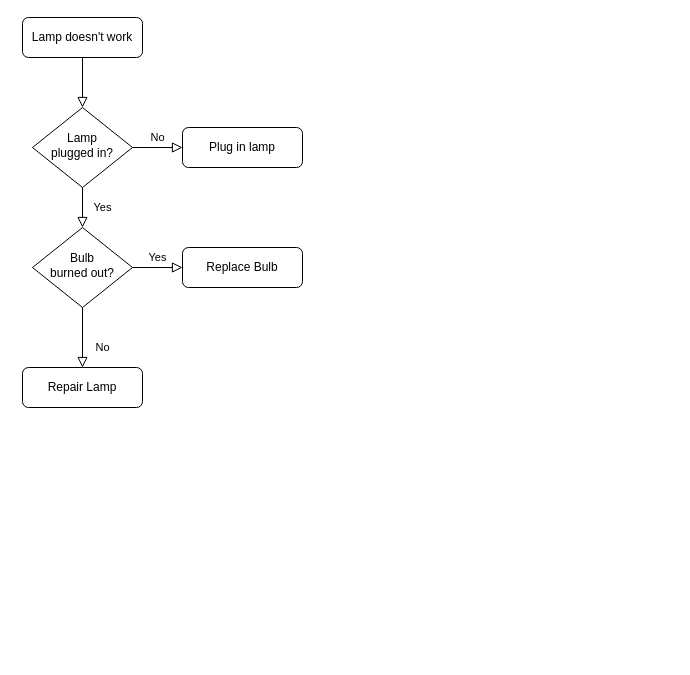
The draw.io diagram 游戏服启服流程图.drawio in JeremyLinF/MyCode, before the edit. Source tidied: cells renumbered, new cells numbered last; positions are measured from the earlier drawing's top-left corner, leaving out a move shared by most shapes. Both pictures are drawn from the tidied source at 100%, with x=0, y=0 at pixel (22, 17).
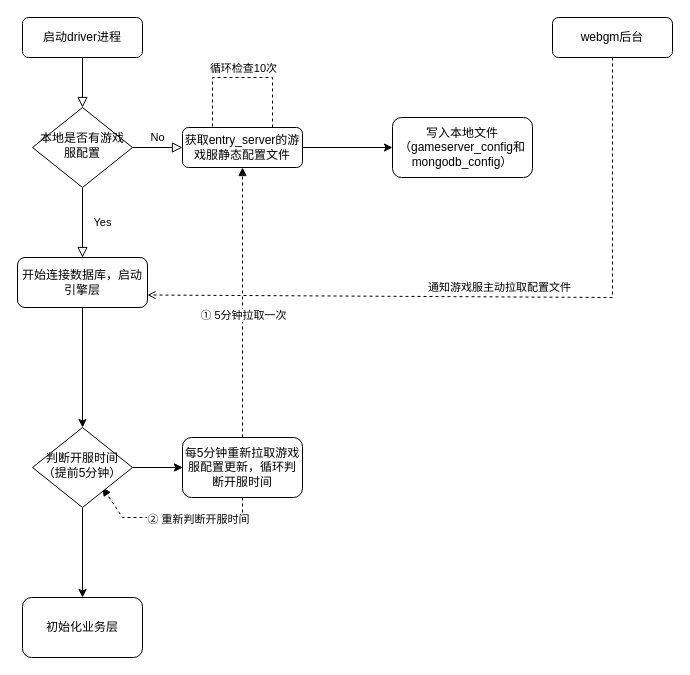
After the change.

Commit message:
更新游戏服启服流程图.drawio

Diff of the diagram source:
```diff
@@
-    <mxCell id="3" value="Lamp doesn't work" style="rounded=1;whiteSpace=wrap;html=1;fontSize=12;glass=0;strokeWidth=1;shadow=0;" parent="1" vertex="1">
+    <mxCell id="3" value="启动driver进程" style="rounded=1;whiteSpace=wrap;html=1;fontSize=12;glass=0;strokeWidth=1;shadow=0;" parent="1" vertex="1">
       <mxGeometry width="120" height="40" as="geometry" />
     </mxCell>
-    <mxCell id="4" value="Yes" style="rounded=0;html=1;jettySize=auto;fontSize=11;endArrow=block;endFill=0;endSize=8;strokeWidth=1;shadow=0;labelBackgroundColor=none;edgeStyle=orthogonalEdgeStyle;" parent="1" edge="1" source="6" target="10">
+    <mxCell id="4" value="Yes" style="rounded=0;html=1;jettySize=auto;fontSize=11;endArrow=block;endFill=0;endSize=8;strokeWidth=1;shadow=0;labelBackgroundColor=none;edgeStyle=orthogonalEdgeStyle;" parent="1" edge="1" source="6" target="16">
       <mxGeometry y="20" relative="1" as="geometry" />
     </mxCell>
@@
-    <mxCell id="6" value="Lamp&lt;br&gt;plugged in?" style="rhombus;whiteSpace=wrap;html=1;shadow=0;fontFamily=Helvetica;fontSize=12;align=center;strokeWidth=1;spacing=6;spacingTop=-4;" parent="1" vertex="1">
+    <mxCell id="6" value="本地是否有游戏服配置" style="rhombus;whiteSpace=wrap;html=1;shadow=0;fontFamily=Helvetica;fontSize=12;align=center;strokeWidth=1;spacing=6;spacingTop=-4;" parent="1" vertex="1">
       <mxGeometry x="10" y="90" width="100" height="80" as="geometry" />
     </mxCell>
+    <mxCell id="13" style="edgeStyle=orthogonalEdgeStyle;rounded=0;jettySize=auto;html=1;" parent="1" edge="1" source="7" target="14">
+      <mxGeometry relative="1" as="geometry" />
+    </mxCell>
-    <mxCell id="7" value="Plug in lamp" style="rounded=1;whiteSpace=wrap;html=1;fontSize=12;glass=0;strokeWidth=1;shadow=0;" parent="1" vertex="1">
+    <mxCell id="7" value="获取entry_server的游戏服静态配置文件" style="rounded=1;whiteSpace=wrap;html=1;fontSize=12;glass=0;strokeWidth=1;shadow=0;" parent="1" vertex="1">
       <mxGeometry x="160" y="110" width="120" height="40" as="geometry" />
     </mxCell>
-    <mxCell id="8" value="No" style="rounded=0;html=1;jettySize=auto;fontSize=11;endArrow=block;endFill=0;endSize=8;strokeWidth=1;shadow=0;labelBackgroundColor=none;edgeStyle=orthogonalEdgeStyle;" parent="1" edge="1" source="10" target="11">
-      <mxGeometry x="0.33" y="20" relative="1" as="geometry" />
-    </mxCell>
-    <mxCell id="9" value="Yes" style="edgeStyle=orthogonalEdgeStyle;rounded=0;html=1;jettySize=auto;fontSize=11;endArrow=block;endFill=0;endSize=8;strokeWidth=1;shadow=0;labelBackgroundColor=none;" parent="1" edge="1" source="10" target="12">
-      <mxGeometry y="10" relative="1" as="geometry" />
-    </mxCell>
-    <mxCell id="10" value="Bulb&lt;br&gt;burned out?" style="rhombus;whiteSpace=wrap;html=1;shadow=0;fontFamily=Helvetica;fontSize=12;align=center;strokeWidth=1;spacing=6;spacingTop=-4;" parent="1" vertex="1">
-      <mxGeometry x="10" y="210" width="100" height="80" as="geometry" />
-    </mxCell>
-    <mxCell id="11" value="Repair Lamp" style="rounded=1;whiteSpace=wrap;html=1;fontSize=12;glass=0;strokeWidth=1;shadow=0;" parent="1" vertex="1">
-      <mxGeometry y="350" width="120" height="40" as="geometry" />
-    </mxCell>
-    <mxCell id="12" value="Replace Bulb" style="rounded=1;whiteSpace=wrap;html=1;fontSize=12;glass=0;strokeWidth=1;shadow=0;" parent="1" vertex="1">
-      <mxGeometry x="160" y="230" width="120" height="40" as="geometry" />
-    </mxCell>
+    <mxCell id="14" value="写入本地文件（gameserver_config和mongodb_config）" style="rounded=1;whiteSpace=wrap;html=1;fontSize=12;glass=0;strokeWidth=1;shadow=0;fillColor=rgb(255, 255, 255);strokeColor=rgb(0, 0, 0);fontColor=rgb(0, 0, 0);" parent="1" vertex="1">
+      <mxGeometry x="370" y="100" width="140" height="60" as="geometry" />
+    </mxCell>
+    <mxCell id="15" style="edgeStyle=orthogonalEdgeStyle;rounded=0;jettySize=auto;html=1;" parent="1" edge="1" source="16" target="28">
+      <mxGeometry relative="1" as="geometry" />
+    </mxCell>
+    <mxCell id="16" value="开始连接数据库，启动引擎层" style="rounded=1;whiteSpace=wrap;html=1;fontSize=12;glass=0;strokeWidth=1;shadow=0;fillColor=rgb(255, 255, 255);strokeColor=rgb(0, 0, 0);fontColor=rgb(0, 0, 0);" parent="1" vertex="1">
+      <mxGeometry x="-5" y="240" width="130" height="50" as="geometry" />
+    </mxCell>
+    <mxCell id="17" style="endArrow=none;dashed=1;html=1;rounded=0;exitX=0.75;exitY=0;exitDx=0;exitDy=0;entryX=0.25;entryY=0;entryDx=0;entryDy=0;" parent="1" edge="1" source="7" target="7">
+      <mxGeometry relative="1" as="geometry">
+        <Array as="points">
+          <mxPoint x="250" y="60" />
+          <mxPoint x="230" y="60" />
+          <mxPoint x="190" y="60" />
+        </Array>
+      </mxGeometry>
+    </mxCell>
+    <mxCell id="18" value="循环检查10次" style="edgeLabel;html=1;align=center;verticalAlign=middle;" parent="17" vertex="1">
+      <mxGeometry x="-0.01" y="3" relative="1" as="geometry">
+        <mxPoint x="-1" y="-13" as="offset" />
+      </mxGeometry>
+    </mxCell>
+    <mxCell id="19" style="edgeStyle=orthogonalEdgeStyle;rounded=0;jettySize=auto;html=1;exitX=0.5;exitY=1;exitDx=0;exitDy=0;" parent="1" edge="1" source="28" target="20">
+      <mxGeometry relative="1" as="geometry" />
+    </mxCell>
+    <mxCell id="20" value="初始化业务层" style="whiteSpace=wrap;html=1;fillColor=rgb(255, 255, 255);strokeColor=rgb(0, 0, 0);fontColor=rgb(0, 0, 0);rounded=1;glass=0;strokeWidth=1;shadow=0;" parent="1" vertex="1">
+      <mxGeometry y="580" width="120" height="60" as="geometry" />
+    </mxCell>
+    <mxCell id="21" value="每5分钟重新拉取游戏服配置更新，循环判断开服时间" style="whiteSpace=wrap;html=1;fillColor=rgb(255, 255, 255);strokeColor=rgb(0, 0, 0);fontColor=rgb(0, 0, 0);rounded=1;glass=0;strokeWidth=1;shadow=0;" parent="1" vertex="1">
+      <mxGeometry x="160" y="420" width="120" height="60" as="geometry" />
+    </mxCell>
+    <mxCell id="22" style="html=1;verticalAlign=bottom;labelBackgroundColor=none;endArrow=block;endFill=1;dashed=1;rounded=0;exitX=0.5;exitY=0;exitDx=0;exitDy=0;entryX=0.5;entryY=1;entryDx=0;entryDy=0;" parent="1" edge="1" source="21" target="7">
+      <mxGeometry relative="1" as="geometry" />
+    </mxCell>
+    <mxCell id="23" value="① 5分钟拉取一次" style="edgeLabel;html=1;align=center;verticalAlign=middle;" parent="22" vertex="1">
+      <mxGeometry x="-0.09" relative="1" as="geometry" />
+    </mxCell>
+    <mxCell id="24" style="html=1;verticalAlign=bottom;labelBackgroundColor=none;endArrow=block;endFill=1;dashed=1;rounded=0;exitX=0.5;exitY=1;exitDx=0;exitDy=0;entryX=1;entryY=1;entryDx=0;entryDy=0;" parent="1" edge="1" source="21">
+      <mxGeometry relative="1" as="geometry">
+        <mxPoint x="80" y="470" as="targetPoint" />
+        <Array as="points">
+          <mxPoint x="220" y="500" />
+          <mxPoint x="100" y="500" />
+        </Array>
+      </mxGeometry>
+    </mxCell>
+    <mxCell id="25" value="② 重新判断开服时间" style="edgeLabel;html=1;align=center;verticalAlign=middle;" parent="24" vertex="1">
+      <mxGeometry x="-0.26" y="1" relative="1" as="geometry" />
+    </mxCell>
+    <mxCell id="26" style="edgeStyle=orthogonalEdgeStyle;rounded=0;jettySize=auto;html=1;" parent="1" edge="1" source="28" target="21">
+      <mxGeometry relative="1" as="geometry" />
+    </mxCell>
+    <mxCell id="27" style="edgeStyle=orthogonalEdgeStyle;rounded=0;jettySize=auto;html=1;" parent="1" edge="1" source="28" target="21">
+      <mxGeometry relative="1" as="geometry" />
+    </mxCell>
+    <mxCell id="28" value="判断开服时间&lt;br&gt;（提前5分钟）" style="rhombus;whiteSpace=wrap;html=1;shadow=0;fontFamily=Helvetica;fontSize=12;align=center;strokeWidth=1;spacing=6;spacingTop=-4;" parent="1" vertex="1">
+      <mxGeometry x="10" y="410" width="100" height="80" as="geometry" />
+    </mxCell>
+    <mxCell id="29" value="webgm后台" style="rounded=1;whiteSpace=wrap;html=1;fontSize=12;glass=0;strokeWidth=1;shadow=0;" parent="1" vertex="1">
+      <mxGeometry x="530" width="120" height="40" as="geometry" />
+    </mxCell>
+    <mxCell id="30" value="通知游戏服主动拉取配置文件" style="html=1;verticalAlign=bottom;labelBackgroundColor=none;endArrow=open;endFill=0;dashed=1;rounded=0;exitX=0.5;exitY=1;exitDx=0;exitDy=0;entryX=1;entryY=0.75;entryDx=0;entryDy=0;" parent="1" edge="1" source="29" target="16">
+      <mxGeometry relative="1" as="geometry">
+        <Array as="points">
+          <mxPoint x="590" y="280" />
+        </Array>
+      </mxGeometry>
+    </mxCell>
```
